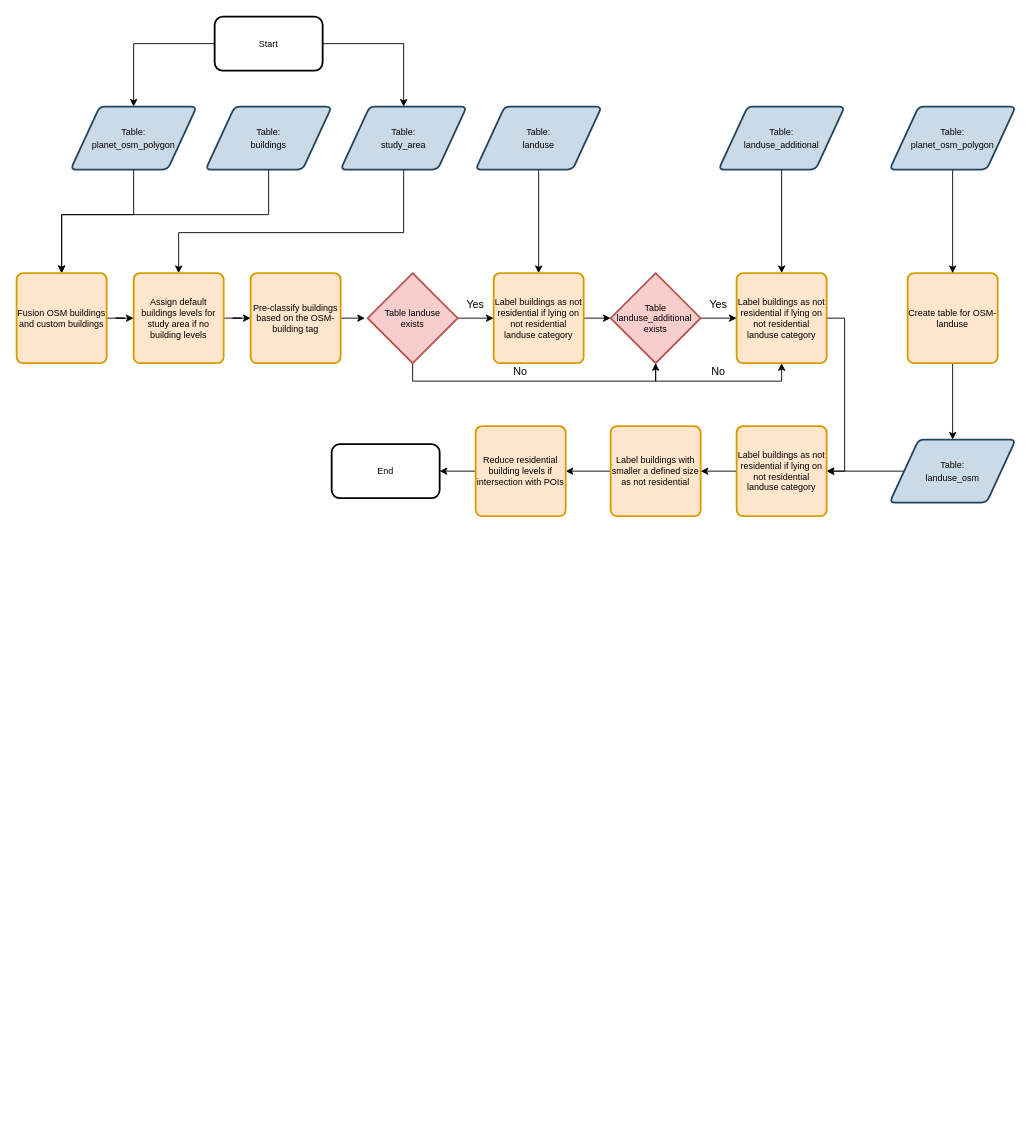
Before: app/database/data_preparation/population_disaggregation.drawio in goat-community/goat, a draw.io diagram. Source tidied: cells renumbered, new cells numbered last; positions are measured from the earlier drawing's top-left corner, leaving out a move shared by most shapes. Both pictures are drawn from the tidied source at 90%, with x=0, y=0 at pixel (16, 16).
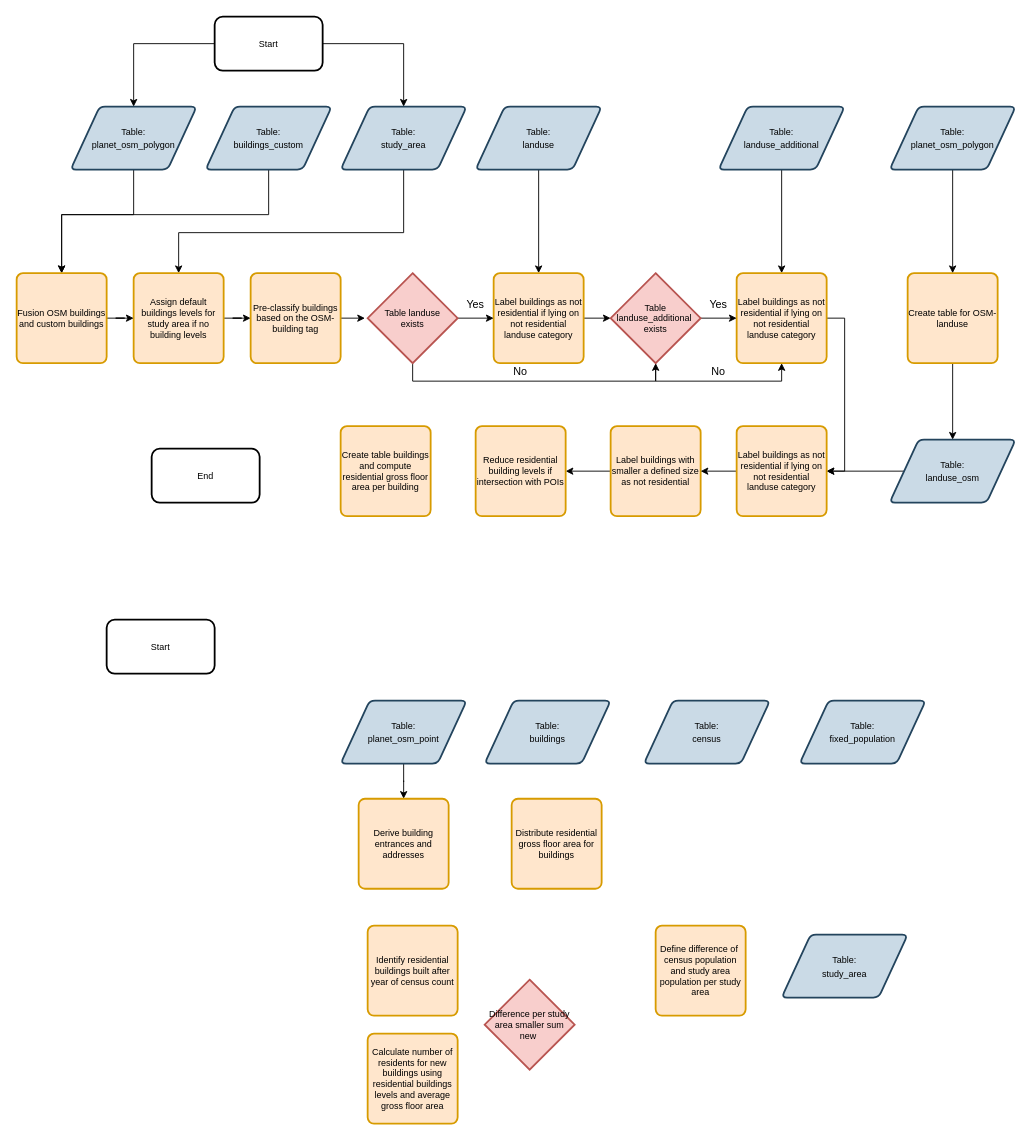
The same diagram, later.

The change refers to these unchanged cells:
```xml
<mxCell id="36" value="Reduce residential building levels if intersection with POIs" style="rounded=1;whiteSpace=wrap;html=1;absoluteArcSize=1;arcSize=14;strokeWidth=2;fontSize=10;fillColor=#ffe6cc;strokeColor=#d79b00;" parent="1" vertex="1">
  <mxGeometry x="510" y="455" width="100" height="100" as="geometry" />
</mxCell>
```

Change to the diagram source:
```diff
@@
-    <mxCell id="35" style="edgeStyle=orthogonalEdgeStyle;rounded=0;jettySize=auto;html=1;" parent="1" edge="1" source="36" target="43">
-      <mxGeometry relative="1" as="geometry" />
-    </mxCell>
@@
-    <mxCell id="38" value="&lt;font style=&quot;font-size: 10px&quot;&gt;Table:&lt;br&gt;buildings&lt;/font&gt;" style="shape=parallelogram;html=1;strokeWidth=2;perimeter=parallelogramPerimeter;whiteSpace=wrap;rounded=1;arcSize=12;size=0.23;strokeColor=#23445d;fillColor=#CADAE6;" parent="1" vertex="1">
+    <mxCell id="38" value="&lt;font style=&quot;font-size: 10px&quot;&gt;Table:&lt;br&gt;buildings_custom&lt;/font&gt;" style="shape=parallelogram;html=1;strokeWidth=2;perimeter=parallelogramPerimeter;whiteSpace=wrap;rounded=1;arcSize=12;size=0.23;strokeColor=#23445d;fillColor=#CADAE6;" parent="1" vertex="1">
       <mxGeometry x="210" y="100" width="140" height="70" as="geometry" />
     </mxCell>
@@
     <mxCell id="43" value="&lt;font style=&quot;font-size: 10px&quot;&gt;End&lt;/font&gt;" style="rounded=1;whiteSpace=wrap;html=1;strokeWidth=2;fontSize=10;" parent="1" vertex="1">
-      <mxGeometry x="350" y="475" width="120" height="60" as="geometry" />
+      <mxGeometry x="150" y="480" width="120" height="60" as="geometry" />
     </mxCell>
@@
+    <mxCell id="48" value="&lt;font style=&quot;font-size: 10px&quot;&gt;Start&lt;/font&gt;" style="rounded=1;whiteSpace=wrap;html=1;strokeWidth=2;fontSize=10;" parent="1" vertex="1">
+      <mxGeometry x="100" y="670" width="120" height="60" as="geometry" />
+    </mxCell>
+    <mxCell id="49" value="&lt;font style=&quot;font-size: 10px&quot;&gt;Table:&lt;br&gt;buildings&lt;br&gt;&lt;/font&gt;" style="shape=parallelogram;html=1;strokeWidth=2;perimeter=parallelogramPerimeter;whiteSpace=wrap;rounded=1;arcSize=12;size=0.23;strokeColor=#23445d;fillColor=#CADAE6;" parent="1" vertex="1">
+      <mxGeometry x="520" y="760" width="140" height="70" as="geometry" />
+    </mxCell>
+    <mxCell id="50" value="&lt;font style=&quot;font-size: 10px&quot;&gt;Table:&lt;br&gt;census&lt;br&gt;&lt;/font&gt;" style="shape=parallelogram;html=1;strokeWidth=2;perimeter=parallelogramPerimeter;whiteSpace=wrap;rounded=1;arcSize=12;size=0.23;strokeColor=#23445d;fillColor=#CADAE6;" parent="1" vertex="1">
+      <mxGeometry x="697" y="760" width="140" height="70" as="geometry" />
+    </mxCell>
+    <mxCell id="51" style="edgeStyle=orthogonalEdgeStyle;rounded=0;jettySize=auto;html=1;" parent="1" edge="1" source="52" target="53">
+      <mxGeometry relative="1" as="geometry" />
+    </mxCell>
+    <mxCell id="52" value="&lt;font style=&quot;font-size: 10px&quot;&gt;Table:&lt;br&gt;planet_osm_point&lt;br&gt;&lt;/font&gt;" style="shape=parallelogram;html=1;strokeWidth=2;perimeter=parallelogramPerimeter;whiteSpace=wrap;rounded=1;arcSize=12;size=0.23;strokeColor=#23445d;fillColor=#CADAE6;" parent="1" vertex="1">
+      <mxGeometry x="360" y="760" width="140" height="70" as="geometry" />
+    </mxCell>
+    <mxCell id="53" value="Derive building entrances and addresses" style="rounded=1;whiteSpace=wrap;html=1;absoluteArcSize=1;arcSize=14;strokeWidth=2;fontSize=10;fillColor=#ffe6cc;strokeColor=#d79b00;" parent="1" vertex="1">
+      <mxGeometry x="380" y="869" width="100" height="100" as="geometry" />
+    </mxCell>
+    <mxCell id="54" value="Create table buildings and compute residential gross floor area per building" style="rounded=1;whiteSpace=wrap;html=1;absoluteArcSize=1;arcSize=14;strokeWidth=2;fontSize=10;fillColor=#ffe6cc;strokeColor=#d79b00;" parent="1" vertex="1">
+      <mxGeometry x="360" y="455" width="100" height="100" as="geometry" />
+    </mxCell>
+    <mxCell id="55" value="Distribute residential gross floor area for buildings" style="rounded=1;whiteSpace=wrap;html=1;absoluteArcSize=1;arcSize=14;strokeWidth=2;fontSize=10;fillColor=#ffe6cc;strokeColor=#d79b00;" parent="1" vertex="1">
+      <mxGeometry x="550" y="869" width="100" height="100" as="geometry" />
+    </mxCell>
+    <mxCell id="56" value="&lt;font style=&quot;font-size: 10px&quot;&gt;Table:&lt;br&gt;fixed_population&lt;br&gt;&lt;/font&gt;" style="shape=parallelogram;html=1;strokeWidth=2;perimeter=parallelogramPerimeter;whiteSpace=wrap;rounded=1;arcSize=12;size=0.23;strokeColor=#23445d;fillColor=#CADAE6;" parent="1" vertex="1">
+      <mxGeometry x="870" y="760" width="140" height="70" as="geometry" />
+    </mxCell>
+    <mxCell id="57" value="&lt;font style=&quot;font-size: 10px&quot;&gt;Table:&lt;br&gt;study_area&lt;br&gt;&lt;/font&gt;" style="shape=parallelogram;html=1;strokeWidth=2;perimeter=parallelogramPerimeter;whiteSpace=wrap;rounded=1;arcSize=12;size=0.23;strokeColor=#23445d;fillColor=#CADAE6;" parent="1" vertex="1">
+      <mxGeometry x="850" y="1020" width="140" height="70" as="geometry" />
+    </mxCell>
+    <mxCell id="58" value="Define difference of&amp;nbsp; census population and study area population per study area" style="rounded=1;whiteSpace=wrap;html=1;absoluteArcSize=1;arcSize=14;strokeWidth=2;fontSize=10;fillColor=#ffe6cc;strokeColor=#d79b00;" parent="1" vertex="1">
+      <mxGeometry x="710" y="1010" width="100" height="100" as="geometry" />
+    </mxCell>
+    <mxCell id="59" value="Identify residential buildings built after year of census count" style="rounded=1;whiteSpace=wrap;html=1;absoluteArcSize=1;arcSize=14;strokeWidth=2;fontSize=10;fillColor=#ffe6cc;strokeColor=#d79b00;" parent="1" vertex="1">
+      <mxGeometry x="390" y="1010" width="100" height="100" as="geometry" />
+    </mxCell>
+    <mxCell id="60" value="Calculate number of residents for new buildings using residential buildings levels and average gross floor area" style="rounded=1;whiteSpace=wrap;html=1;absoluteArcSize=1;arcSize=14;strokeWidth=2;fontSize=10;fillColor=#ffe6cc;strokeColor=#d79b00;" parent="1" vertex="1">
+      <mxGeometry x="390" y="1130" width="100" height="100" as="geometry" />
+    </mxCell>
+    <mxCell id="61" value="Difference per study area smaller sum new&amp;nbsp;" style="strokeWidth=2;html=1;shape=mxgraph.flowchart.decision;whiteSpace=wrap;rounded=1;fontSize=10;fillColor=#f8cecc;strokeColor=#b85450;" parent="1" vertex="1">
+      <mxGeometry x="520" y="1070" width="100" height="100" as="geometry" />
+    </mxCell>
```
